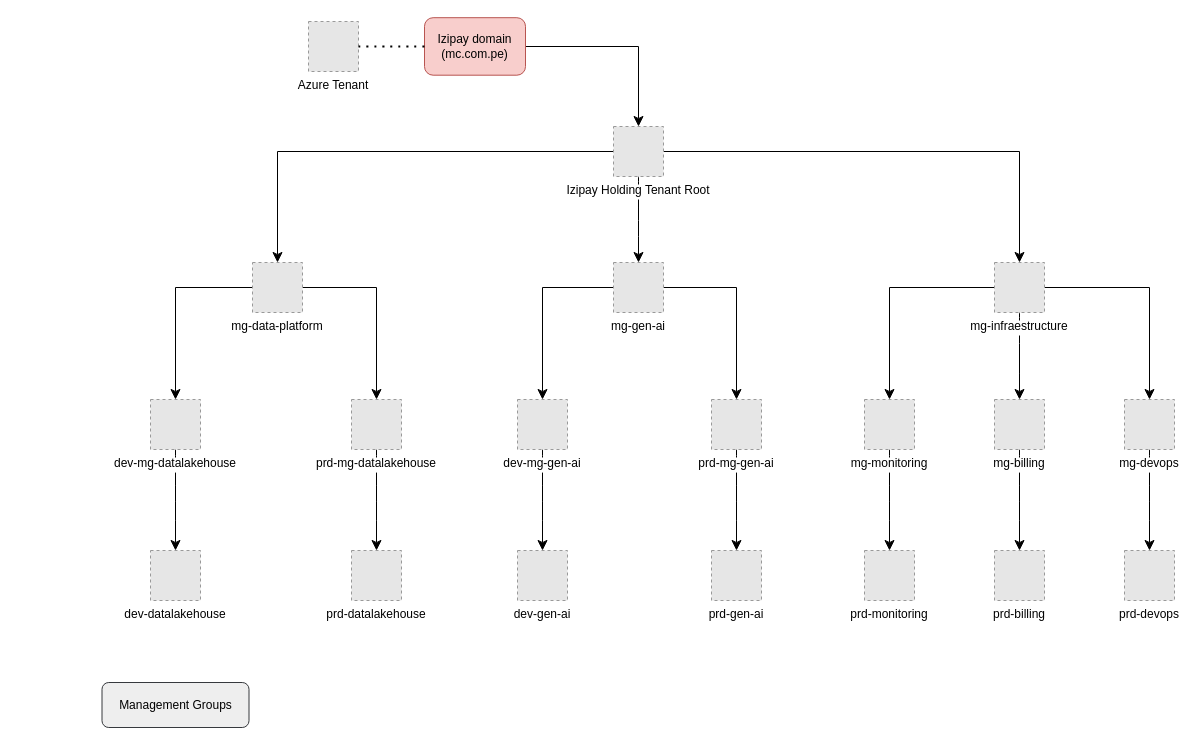
Earlier version of the draw.io diagram page "Azure Data" (1 of 5) of Arquitectura Azure.drawio (jcdiazz/Diagramas). Source tidied: cells renumbered, new cells numbered last; positions are measured from the earlier drawing's top-left corner, leaving out a move shared by most shapes. Both pictures are drawn from the tidied source at 100%, with x=0, y=0 at pixel (101, 17). Pictures stored in the file or linked from it are replaced by grey dashed boxes.
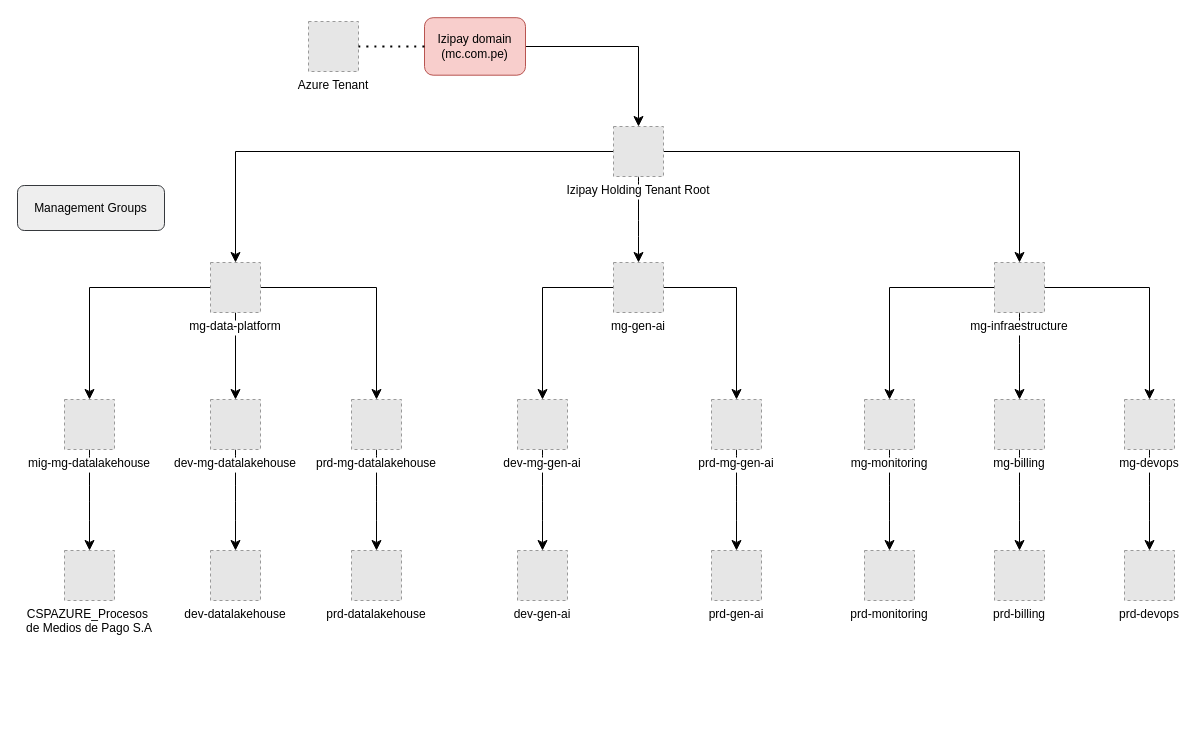
The same diagram, later.

Diff of the diagram source:
```diff
@@
+    <mxCell id="42" style="edgeStyle=orthogonalEdgeStyle;rounded=0;jettySize=auto;html=1;entryX=0.5;entryY=0;entryDx=0;entryDy=0;fontSize=12;startSize=8;endSize=8;" parent="1" edge="1" source="12" target="44">
+      <mxGeometry relative="1" as="geometry" />
+    </mxCell>
     <mxCell id="12" value="mg-data-platform" style="fillColor=#E6E6E6;strokeColor=#999999;dashed=1;verticalLabelPosition=bottom;labelBackgroundColor=default;verticalAlign=top;rotation=0;" parent="1" vertex="1">
-      <mxGeometry x="151" y="245" width="50" height="50" as="geometry" />
+      <mxGeometry x="109" y="245" width="50" height="50" as="geometry" />
     </mxCell>
@@
     <mxCell id="21" value="dev-mg-datalakehouse" style="fillColor=#E6E6E6;strokeColor=#999999;dashed=1;verticalLabelPosition=bottom;labelBackgroundColor=default;verticalAlign=top;rotation=0;" parent="1" vertex="1">
-      <mxGeometry x="49" y="382" width="50" height="50" as="geometry" />
+      <mxGeometry x="109" y="382" width="50" height="50" as="geometry" />
     </mxCell>
@@
     <mxCell id="34" value="dev-datalakehouse" style="fillColor=#E6E6E6;strokeColor=#999999;dashed=1;verticalLabelPosition=bottom;labelBackgroundColor=default;verticalAlign=top;rotation=0;" parent="1" vertex="1">
-      <mxGeometry x="49" y="533" width="50" height="50" as="geometry" />
+      <mxGeometry x="109" y="533" width="50" height="50" as="geometry" />
     </mxCell>
@@
     <mxCell id="41" value="Management Groups" style="rounded=1;whiteSpace=wrap;html=1;fillColor=#eeeeee;strokeColor=#36393d;" parent="1" vertex="1">
-      <mxGeometry x="0.5" y="665" width="147" height="45" as="geometry" />
+      <mxGeometry x="-84" y="168" width="147" height="45" as="geometry" />
     </mxCell>
+    <mxCell id="43" style="edgeStyle=none;curved=1;rounded=0;jettySize=auto;html=1;entryX=0.5;entryY=0;entryDx=0;entryDy=0;fontSize=12;startSize=8;endSize=8;" parent="1" edge="1" source="44" target="45">
+      <mxGeometry relative="1" as="geometry" />
+    </mxCell>
+    <mxCell id="44" value="mig-mg-datalakehouse" style="fillColor=#E6E6E6;strokeColor=#999999;dashed=1;verticalLabelPosition=bottom;labelBackgroundColor=default;verticalAlign=top;rotation=0;" parent="1" vertex="1">
+      <mxGeometry x="-37" y="382" width="50" height="50" as="geometry" />
+    </mxCell>
+    <mxCell id="45" value="CSPAZURE_Procesos &#10;de Medios de Pago S.A" style="fillColor=#E6E6E6;strokeColor=#999999;dashed=1;verticalLabelPosition=bottom;labelBackgroundColor=default;verticalAlign=top;rotation=0;" parent="1" vertex="1">
+      <mxGeometry x="-37" y="533" width="50" height="50" as="geometry" />
+    </mxCell>
```
